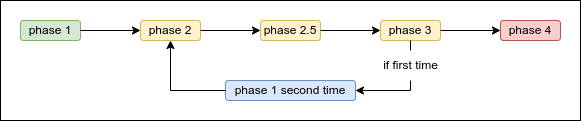
Before: doc/system_diagram.png, a diagram exported from draw.io (GeorgeWang26/autonomous-docking). Source tidied: cells renumbered, new cells last; positions are measured from the earlier drawing's top-left corner, leaving out a move shared by most shapes.
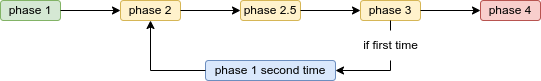
Later version of the same file.

Commit message:
add sample checkerboard & y offset diagram

Change to the diagram source:
```diff
@@ -2,9 +2,6 @@
   <root>
     <mxCell id="0" />
     <mxCell id="1" parent="0" />
-    <mxCell id="2" style="rounded=0;whiteSpace=wrap;html=1;fillColor=#FFFFFF;" parent="1" vertex="1">
-      <mxGeometry width="580" height="120" as="geometry" />
-    </mxCell>
     <mxCell id="3" value="phase 1" style="rounded=1;whiteSpace=wrap;html=1;fillColor=#d5e8d4;strokeColor=#82b366;" parent="1" vertex="1">
       <mxGeometry x="20" y="20" width="60" height="20" as="geometry" />
     </mxCell>
```
